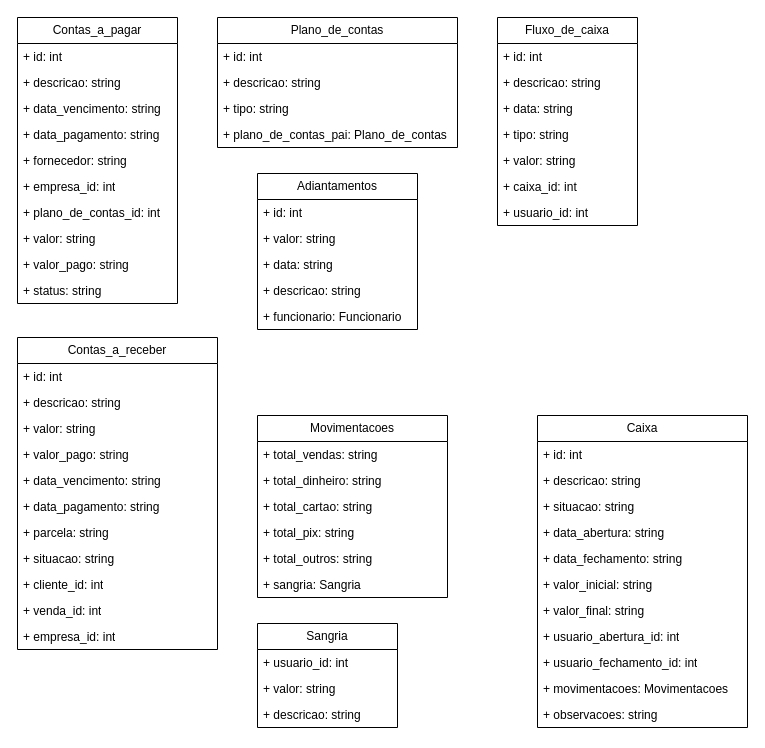
The draw.io diagram page "Financeiro" (2 of 2) of Diagrama sem nome.drawio in FSOFTSistemas/Lago, before the edit. Source tidied: cells renumbered, new cells numbered last; positions are measured from the earlier drawing's top-left corner, leaving out a move shared by most shapes. Both pictures are drawn from the tidied source at 100%, with x=0, y=0 at pixel (17, 17).
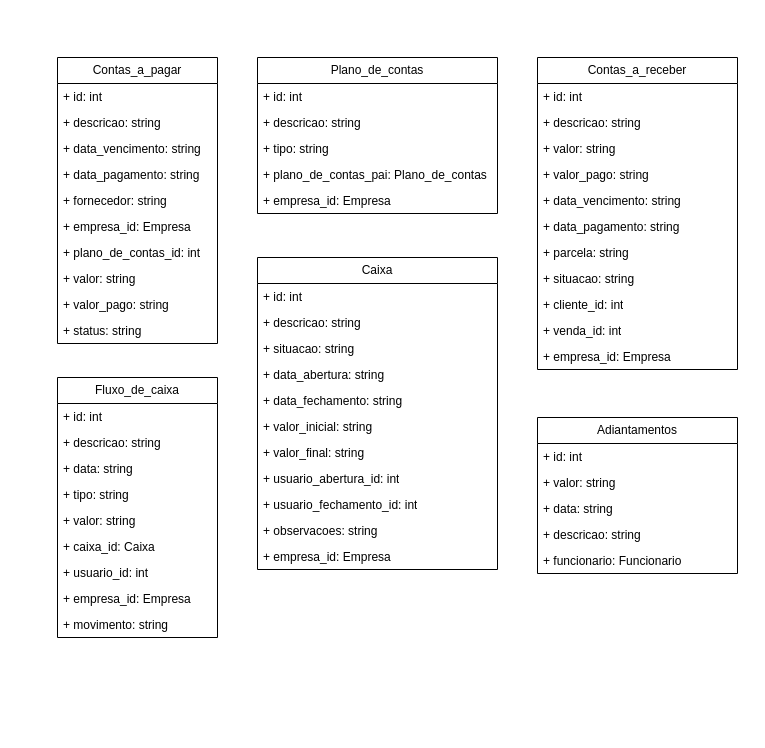
The same page after the edit.

Diff of the diagram source:
```diff
@@
     <mxCell id="2" value="Contas_a_pagar" style="swimlane;fontStyle=0;horizontal=1;startSize=26;fillColor=none;whiteSpace=wrap;html=1;" parent="1" vertex="1">
-      <mxGeometry width="160" height="286" as="geometry" />
+      <mxGeometry x="40" y="40" width="160" height="286" as="geometry" />
     </mxCell>
@@
-    <mxCell id="8" value="+ empresa_id: int" style="text;strokeColor=none;fillColor=none;align=left;verticalAlign=top;spacingLeft=4;spacingRight=4;overflow=hidden;whiteSpace=wrap;html=1;" parent="2" vertex="1">
+    <mxCell id="8" value="+ empresa_id: Empresa" style="text;strokeColor=none;fillColor=none;align=left;verticalAlign=top;spacingLeft=4;spacingRight=4;overflow=hidden;whiteSpace=wrap;html=1;" parent="2" vertex="1">
       <mxGeometry y="156" width="160" height="26" as="geometry" />
     </mxCell>
@@
     <mxCell id="13" value="Contas_a_receber" style="swimlane;fontStyle=0;horizontal=1;startSize=26;fillColor=none;whiteSpace=wrap;html=1;" parent="1" vertex="1">
-      <mxGeometry y="320" width="200" height="312" as="geometry" />
+      <mxGeometry x="520" y="40" width="200" height="312" as="geometry" />
     </mxCell>
@@
-    <mxCell id="24" value="+ empresa_id: int" style="text;strokeColor=none;fillColor=none;align=left;verticalAlign=top;spacingLeft=4;spacingRight=4;overflow=hidden;whiteSpace=wrap;html=1;" parent="13" vertex="1">
+    <mxCell id="24" value="+ empresa_id: Empresa" style="text;strokeColor=none;fillColor=none;align=left;verticalAlign=top;spacingLeft=4;spacingRight=4;overflow=hidden;whiteSpace=wrap;html=1;" parent="13" vertex="1">
       <mxGeometry y="286" width="200" height="26" as="geometry" />
     </mxCell>
     <mxCell id="25" value="Fluxo_de_caixa" style="swimlane;fontStyle=0;horizontal=1;startSize=26;fillColor=none;whiteSpace=wrap;html=1;" parent="1" vertex="1">
-      <mxGeometry x="480" width="140" height="208" as="geometry" />
+      <mxGeometry x="40" y="360" width="160" height="260" as="geometry" />
     </mxCell>
     <mxCell id="26" value="+ id: int" style="text;strokeColor=none;fillColor=none;align=left;verticalAlign=top;spacingLeft=4;spacingRight=4;overflow=hidden;whiteSpace=wrap;html=1;" parent="25" vertex="1">
-      <mxGeometry y="26" width="140" height="26" as="geometry" />
+      <mxGeometry y="26" width="160" height="26" as="geometry" />
     </mxCell>
     <mxCell id="27" value="+ descricao: string" style="text;strokeColor=none;fillColor=none;align=left;verticalAlign=top;spacingLeft=4;spacingRight=4;overflow=hidden;whiteSpace=wrap;html=1;" parent="25" vertex="1">
-      <mxGeometry y="52" width="140" height="26" as="geometry" />
+      <mxGeometry y="52" width="160" height="26" as="geometry" />
     </mxCell>
     <mxCell id="28" value="+ data: string" style="text;strokeColor=none;fillColor=none;align=left;verticalAlign=top;spacingLeft=4;spacingRight=4;overflow=hidden;whiteSpace=wrap;html=1;" parent="25" vertex="1">
-      <mxGeometry y="78" width="140" height="26" as="geometry" />
+      <mxGeometry y="78" width="160" height="26" as="geometry" />
     </mxCell>
     <mxCell id="29" value="+ tipo: string" style="text;strokeColor=none;fillColor=none;align=left;verticalAlign=top;spacingLeft=4;spacingRight=4;overflow=hidden;whiteSpace=wrap;html=1;" parent="25" vertex="1">
-      <mxGeometry y="104" width="140" height="26" as="geometry" />
+      <mxGeometry y="104" width="160" height="26" as="geometry" />
     </mxCell>
     <mxCell id="30" value="+ valor: string" style="text;strokeColor=none;fillColor=none;align=left;verticalAlign=top;spacingLeft=4;spacingRight=4;overflow=hidden;whiteSpace=wrap;html=1;" parent="25" vertex="1">
-      <mxGeometry y="130" width="140" height="26" as="geometry" />
+      <mxGeometry y="130" width="160" height="26" as="geometry" />
     </mxCell>
-    <mxCell id="31" value="+ caixa_id: int" style="text;strokeColor=none;fillColor=none;align=left;verticalAlign=top;spacingLeft=4;spacingRight=4;overflow=hidden;whiteSpace=wrap;html=1;" parent="25" vertex="1">
-      <mxGeometry y="156" width="140" height="26" as="geometry" />
+    <mxCell id="31" value="+ caixa_id: Caixa" style="text;strokeColor=none;fillColor=none;align=left;verticalAlign=top;spacingLeft=4;spacingRight=4;overflow=hidden;whiteSpace=wrap;html=1;" parent="25" vertex="1">
+      <mxGeometry y="156" width="160" height="26" as="geometry" />
     </mxCell>
     <mxCell id="32" value="+ usuario_id: int" style="text;strokeColor=none;fillColor=none;align=left;verticalAlign=top;spacingLeft=4;spacingRight=4;overflow=hidden;whiteSpace=wrap;html=1;" parent="25" vertex="1">
-      <mxGeometry y="182" width="140" height="26" as="geometry" />
+      <mxGeometry y="182" width="160" height="26" as="geometry" />
     </mxCell>
+    <mxCell id="67" value="+ empresa_id: Empresa" style="text;strokeColor=none;fillColor=none;align=left;verticalAlign=top;spacingLeft=4;spacingRight=4;overflow=hidden;whiteSpace=wrap;html=1;" parent="25" vertex="1">
+      <mxGeometry y="208" width="160" height="26" as="geometry" />
+    </mxCell>
+    <mxCell id="68" value="+ movimento: string" style="text;strokeColor=none;fillColor=none;align=left;verticalAlign=top;spacingLeft=4;spacingRight=4;overflow=hidden;whiteSpace=wrap;html=1;" parent="25" vertex="1">
+      <mxGeometry y="234" width="160" height="26" as="geometry" />
+    </mxCell>
     <mxCell id="33" value="Adiantamentos" style="swimlane;fontStyle=0;horizontal=1;startSize=26;fillColor=none;whiteSpace=wrap;html=1;" parent="1" vertex="1">
-      <mxGeometry x="240" y="156" width="160" height="156" as="geometry" />
+      <mxGeometry x="520" y="400" width="200" height="156" as="geometry" />
     </mxCell>
     <mxCell id="34" value="+ id: int" style="text;strokeColor=none;fillColor=none;align=left;verticalAlign=top;spacingLeft=4;spacingRight=4;overflow=hidden;whiteSpace=wrap;html=1;" parent="33" vertex="1">
-      <mxGeometry y="26" width="160" height="26" as="geometry" />
+      <mxGeometry y="26" width="200" height="26" as="geometry" />
     </mxCell>
     <mxCell id="35" value="+ valor: string" style="text;strokeColor=none;fillColor=none;align=left;verticalAlign=top;spacingLeft=4;spacingRight=4;overflow=hidden;whiteSpace=wrap;html=1;" parent="33" vertex="1">
-      <mxGeometry y="52" width="160" height="26" as="geometry" />
+      <mxGeometry y="52" width="200" height="26" as="geometry" />
     </mxCell>
     <mxCell id="36" value="+ data: string" style="text;strokeColor=none;fillColor=none;align=left;verticalAlign=top;spacingLeft=4;spacingRight=4;overflow=hidden;whiteSpace=wrap;html=1;" parent="33" vertex="1">
-      <mxGeometry y="78" width="160" height="26" as="geometry" />
+      <mxGeometry y="78" width="200" height="26" as="geometry" />
     </mxCell>
     <mxCell id="37" value="+ descricao: string" style="text;strokeColor=none;fillColor=none;align=left;verticalAlign=top;spacingLeft=4;spacingRight=4;overflow=hidden;whiteSpace=wrap;html=1;" parent="33" vertex="1">
-      <mxGeometry y="104" width="160" height="26" as="geometry" />
+      <mxGeometry y="104" width="200" height="26" as="geometry" />
     </mxCell>
     <mxCell id="38" value="+ funcionario: Funcionario" style="text;strokeColor=none;fillColor=none;align=left;verticalAlign=top;spacingLeft=4;spacingRight=4;overflow=hidden;whiteSpace=wrap;html=1;" parent="33" vertex="1">
-      <mxGeometry y="130" width="160" height="26" as="geometry" />
+      <mxGeometry y="130" width="200" height="26" as="geometry" />
     </mxCell>
     <mxCell id="39" value="Plano_de_contas" style="swimlane;fontStyle=0;horizontal=1;startSize=26;fillColor=none;whiteSpace=wrap;html=1;" parent="1" vertex="1">
-      <mxGeometry x="200" width="240" height="130" as="geometry" />
+      <mxGeometry x="240" y="40" width="240" height="156" as="geometry" />
     </mxCell>
@@
+    <mxCell id="69" value="+ empresa_id: Empresa" style="text;strokeColor=none;fillColor=none;align=left;verticalAlign=top;spacingLeft=4;spacingRight=4;overflow=hidden;whiteSpace=wrap;html=1;" parent="39" vertex="1">
+      <mxGeometry y="130" width="240" height="26" as="geometry" />
+    </mxCell>
     <mxCell id="44" value="Caixa" style="swimlane;fontStyle=0;horizontal=1;startSize=26;fillColor=none;whiteSpace=wrap;html=1;" parent="1" vertex="1">
-      <mxGeometry x="520" y="398" width="210" height="312" as="geometry" />
+      <mxGeometry x="240" y="240" width="240" height="312" as="geometry" />
     </mxCell>
     <mxCell id="45" value="+ id: int" style="text;strokeColor=none;fillColor=none;align=left;verticalAlign=top;spacingLeft=4;spacingRight=4;overflow=hidden;whiteSpace=wrap;html=1;" parent="44" vertex="1">
-      <mxGeometry y="26" width="210" height="26" as="geometry" />
+      <mxGeometry y="26" width="240" height="26" as="geometry" />
     </mxCell>
     <mxCell id="46" value="+ descricao: string" style="text;strokeColor=none;fillColor=none;align=left;verticalAlign=top;spacingLeft=4;spacingRight=4;overflow=hidden;whiteSpace=wrap;html=1;" parent="44" vertex="1">
-      <mxGeometry y="52" width="210" height="26" as="geometry" />
+      <mxGeometry y="52" width="240" height="26" as="geometry" />
     </mxCell>
     <mxCell id="47" value="+ situacao: string" style="text;strokeColor=none;fillColor=none;align=left;verticalAlign=top;spacingLeft=4;spacingRight=4;overflow=hidden;whiteSpace=wrap;html=1;" parent="44" vertex="1">
-      <mxGeometry y="78" width="210" height="26" as="geometry" />
+      <mxGeometry y="78" width="240" height="26" as="geometry" />
     </mxCell>
     <mxCell id="48" value="+ data_abertura: string" style="text;strokeColor=none;fillColor=none;align=left;verticalAlign=top;spacingLeft=4;spacingRight=4;overflow=hidden;whiteSpace=wrap;html=1;" parent="44" vertex="1">
-      <mxGeometry y="104" width="210" height="26" as="geometry" />
+      <mxGeometry y="104" width="240" height="26" as="geometry" />
     </mxCell>
     <mxCell id="49" value="+ data_fechamento: string" style="text;strokeColor=none;fillColor=none;align=left;verticalAlign=top;spacingLeft=4;spacingRight=4;overflow=hidden;whiteSpace=wrap;html=1;" parent="44" vertex="1">
-      <mxGeometry y="130" width="210" height="26" as="geometry" />
+      <mxGeometry y="130" width="240" height="26" as="geometry" />
     </mxCell>
     <mxCell id="50" value="+ valor_inicial: string" style="text;strokeColor=none;fillColor=none;align=left;verticalAlign=top;spacingLeft=4;spacingRight=4;overflow=hidden;whiteSpace=wrap;html=1;" parent="44" vertex="1">
-      <mxGeometry y="156" width="210" height="26" as="geometry" />
+      <mxGeometry y="156" width="240" height="26" as="geometry" />
     </mxCell>
     <mxCell id="51" value="+ valor_final: string" style="text;strokeColor=none;fillColor=none;align=left;verticalAlign=top;spacingLeft=4;spacingRight=4;overflow=hidden;whiteSpace=wrap;html=1;" parent="44" vertex="1">
-      <mxGeometry y="182" width="210" height="26" as="geometry" />
+      <mxGeometry y="182" width="240" height="26" as="geometry" />
     </mxCell>
     <mxCell id="52" value="+ usuario_abertura_id: int" style="text;strokeColor=none;fillColor=none;align=left;verticalAlign=top;spacingLeft=4;spacingRight=4;overflow=hidden;whiteSpace=wrap;html=1;" parent="44" vertex="1">
-      <mxGeometry y="208" width="210" height="26" as="geometry" />
+      <mxGeometry y="208" width="240" height="26" as="geometry" />
     </mxCell>
     <mxCell id="53" value="+ usuario_fechamento_id: int" style="text;strokeColor=none;fillColor=none;align=left;verticalAlign=top;spacingLeft=4;spacingRight=4;overflow=hidden;whiteSpace=wrap;html=1;" parent="44" vertex="1">
-      <mxGeometry y="234" width="210" height="26" as="geometry" />
+      <mxGeometry y="234" width="240" height="26" as="geometry" />
     </mxCell>
-    <mxCell id="54" value="+ movimentacoes: Movimentacoes&amp;nbsp;" style="text;strokeColor=none;fillColor=none;align=left;verticalAlign=top;spacingLeft=4;spacingRight=4;overflow=hidden;whiteSpace=wrap;html=1;" parent="44" vertex="1">
-      <mxGeometry y="260" width="210" height="26" as="geometry" />
-    </mxCell>
     <mxCell id="55" value="+ observacoes: string&amp;nbsp;" style="text;strokeColor=none;fillColor=none;align=left;verticalAlign=top;spacingLeft=4;spacingRight=4;overflow=hidden;whiteSpace=wrap;html=1;" parent="44" vertex="1">
-      <mxGeometry y="286" width="210" height="26" as="geometry" />
+      <mxGeometry y="260" width="240" height="26" as="geometry" />
     </mxCell>
-    <mxCell id="56" value="Movimentacoes" style="swimlane;fontStyle=0;horizontal=1;startSize=26;fillColor=none;whiteSpace=wrap;html=1;" parent="1" vertex="1">
-      <mxGeometry x="240" y="398" width="190" height="182" as="geometry" />
-    </mxCell>
-    <mxCell id="57" value="+ total_vendas: string" style="text;strokeColor=none;fillColor=none;align=left;verticalAlign=top;spacingLeft=4;spacingRight=4;overflow=hidden;whiteSpace=wrap;html=1;" parent="56" vertex="1">
-      <mxGeometry y="26" width="190" height="26" as="geometry" />
-    </mxCell>
-    <mxCell id="58" value="+ total_dinheiro: string" style="text;strokeColor=none;fillColor=none;align=left;verticalAlign=top;spacingLeft=4;spacingRight=4;overflow=hidden;whiteSpace=wrap;html=1;" parent="56" vertex="1">
-      <mxGeometry y="52" width="190" height="26" as="geometry" />
-    </mxCell>
-    <mxCell id="59" value="+ total_cartao: string" style="text;strokeColor=none;fillColor=none;align=left;verticalAlign=top;spacingLeft=4;spacingRight=4;overflow=hidden;whiteSpace=wrap;html=1;" parent="56" vertex="1">
-      <mxGeometry y="78" width="190" height="26" as="geometry" />
-    </mxCell>
-    <mxCell id="60" value="+ total_pix: string" style="text;strokeColor=none;fillColor=none;align=left;verticalAlign=top;spacingLeft=4;spacingRight=4;overflow=hidden;whiteSpace=wrap;html=1;" parent="56" vertex="1">
-      <mxGeometry y="104" width="190" height="26" as="geometry" />
-    </mxCell>
-    <mxCell id="61" value="+ total_outros: string" style="text;strokeColor=none;fillColor=none;align=left;verticalAlign=top;spacingLeft=4;spacingRight=4;overflow=hidden;whiteSpace=wrap;html=1;" parent="56" vertex="1">
-      <mxGeometry y="130" width="190" height="26" as="geometry" />
-    </mxCell>
-    <mxCell id="62" value="+ sangria: Sangria" style="text;strokeColor=none;fillColor=none;align=left;verticalAlign=top;spacingLeft=4;spacingRight=4;overflow=hidden;whiteSpace=wrap;html=1;" parent="56" vertex="1">
-      <mxGeometry y="156" width="190" height="26" as="geometry" />
-    </mxCell>
-    <mxCell id="63" value="Sangria" style="swimlane;fontStyle=0;horizontal=1;startSize=26;fillColor=none;whiteSpace=wrap;html=1;" parent="1" vertex="1">
-      <mxGeometry x="240" y="606" width="140" height="104" as="geometry" />
-    </mxCell>
-    <mxCell id="64" value="+ usuario_id: int" style="text;strokeColor=none;fillColor=none;align=left;verticalAlign=top;spacingLeft=4;spacingRight=4;overflow=hidden;whiteSpace=wrap;html=1;" parent="63" vertex="1">
-      <mxGeometry y="26" width="140" height="26" as="geometry" />
-    </mxCell>
-    <mxCell id="65" value="+ valor: string" style="text;strokeColor=none;fillColor=none;align=left;verticalAlign=top;spacingLeft=4;spacingRight=4;overflow=hidden;whiteSpace=wrap;html=1;" parent="63" vertex="1">
-      <mxGeometry y="52" width="140" height="26" as="geometry" />
-    </mxCell>
-    <mxCell id="66" value="+ descricao: string" style="text;strokeColor=none;fillColor=none;align=left;verticalAlign=top;spacingLeft=4;spacingRight=4;overflow=hidden;whiteSpace=wrap;html=1;" parent="63" vertex="1">
-      <mxGeometry y="78" width="140" height="26" as="geometry" />
-    </mxCell>
+    <mxCell id="70" value="+ empresa_id: Empresa&amp;nbsp;" style="text;strokeColor=none;fillColor=none;align=left;verticalAlign=top;spacingLeft=4;spacingRight=4;overflow=hidden;whiteSpace=wrap;html=1;" parent="44" vertex="1">
+      <mxGeometry y="286" width="240" height="26" as="geometry" />
+    </mxCell>
```
